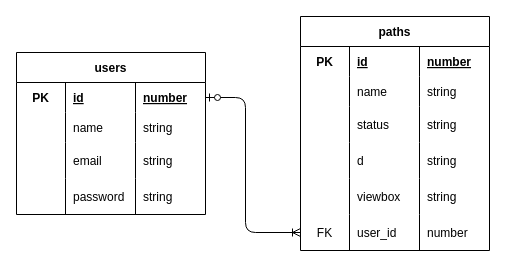
Before: doc/ERM_V1.drawio in Johblanc/iconotheque_back, a draw.io diagram. Source tidied: cells renumbered, new cells numbered last; positions are measured from the earlier drawing's top-left corner, leaving out a move shared by most shapes. Both pictures are drawn from the tidied source at 100%, with x=0, y=0 at pixel (16, 16).
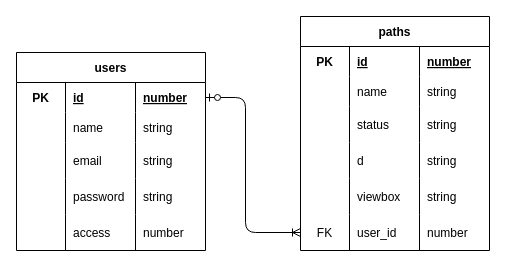
Above is the later version.

Commit message (it also covers changes not shown here):
Feat : Ajout Niveau d'acces

The edit, as a diff of the source:
```diff
@@
     <mxCell id="2" value="users" style="shape=table;startSize=30;childLayout=tableLayout;rowLines=0;fontStyle=1;align=center;" parent="1" vertex="1">
-      <mxGeometry y="36" width="189" height="162" as="geometry" />
+      <mxGeometry y="36" width="189" height="198" as="geometry" />
     </mxCell>
@@
+    <mxCell id="45" style="shape=tableRow;horizontal=0;startSize=0;swimlaneHead=0;swimlaneBody=0;fillColor=none;top=0;left=0;right=0;bottom=0;" parent="2" vertex="1">
+      <mxGeometry y="162" width="189" height="36" as="geometry" />
+    </mxCell>
+    <mxCell id="46" style="shape=partialRectangle;fillColor=none;top=0;left=0;bottom=0;right=0;overflow=hidden;" parent="45" vertex="1">
+      <mxGeometry width="49" height="36" as="geometry" />
+    </mxCell>
+    <mxCell id="47" value="access" style="shape=partialRectangle;fillColor=none;top=0;left=0;bottom=0;right=0;align=left;spacingLeft=6;overflow=hidden;" parent="45" vertex="1">
+      <mxGeometry x="49" width="70" height="36" as="geometry" />
+    </mxCell>
+    <mxCell id="48" value="number" style="shape=partialRectangle;fillColor=none;top=0;left=0;bottom=0;right=0;align=left;spacingLeft=6;overflow=hidden;" parent="45" vertex="1">
+      <mxGeometry x="119" width="70" height="36" as="geometry" />
+    </mxCell>
```
